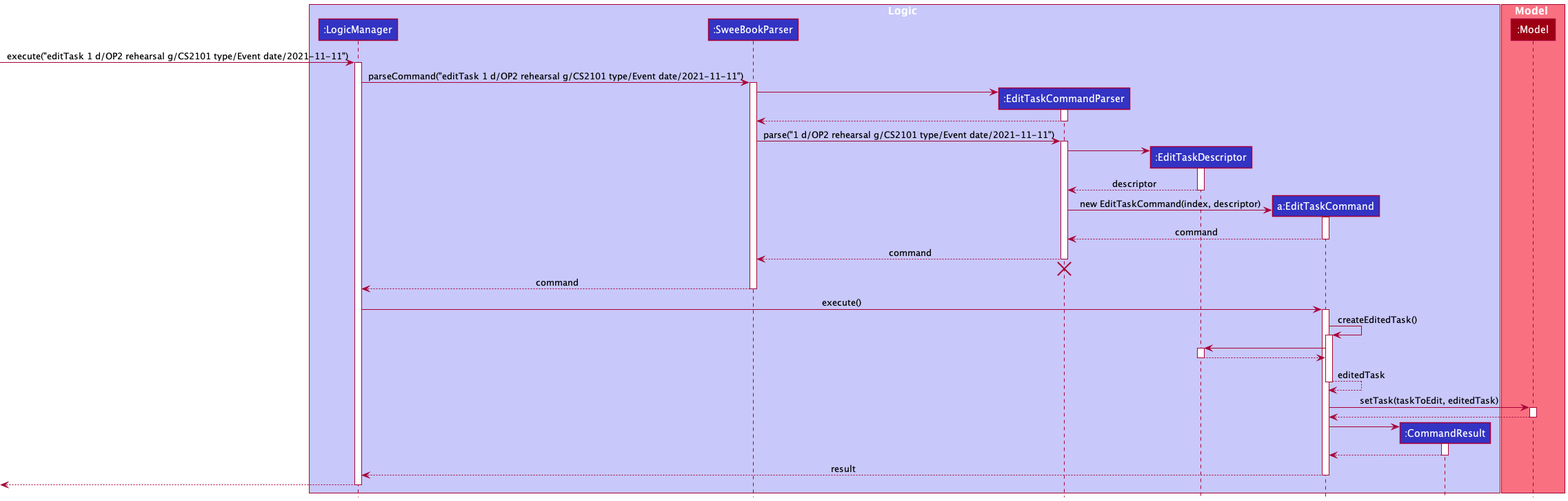
Before: docs/images/EditTaskSequenceDiagram.png, a diagram exported from PlantUML (zhenxuantan/tp). Source of this version:
```plantuml
@startuml
!include style.puml

box Logic LOGIC_COLOR_T1
participant ":LogicManager" as LogicManager LOGIC_COLOR
participant ":SweeBookParser" as SweeBookParser LOGIC_COLOR
participant ":EditTaskCommandParser" as EditTaskCommandParser LOGIC_COLOR
participant ":EditTaskDescriptor" as EditTaskDescriptor LOGIC_COLOR
participant "a:EditTaskCommand" as EditTaskCommand LOGIC_COLOR
participant ":CommandResult" as CommandResult LOGIC_COLOR
end box

box Model MODEL_COLOR_T1
participant ":Model" as Model MODEL_COLOR
end box

[-> LogicManager : execute("editTask 1 d/OP2 rehearsal g/CS2101 type/Event date/2021-11-11")
activate LogicManager

LogicManager -> SweeBookParser : parseCommand("editTask 1 d/OP2 rehearsal g/CS2101 type/Event date/2021-11-11")
activate SweeBookParser

create EditTaskCommandParser
SweeBookParser -> EditTaskCommandParser
activate EditTaskCommandParser

EditTaskCommandParser --> SweeBookParser
deactivate EditTaskCommandParser

SweeBookParser -> EditTaskCommandParser : parse("1 d/OP2 rehearsal g/CS2101 type/Event date/2021-11-11")
activate EditTaskCommandParser

create EditTaskDescriptor
EditTaskCommandParser -> EditTaskDescriptor
activate EditTaskDescriptor

EditTaskDescriptor --> EditTaskCommandParser : descriptor
deactivate EditTaskDescriptor

create EditTaskCommand
EditTaskCommandParser -> EditTaskCommand : new EditTaskCommand(index, descriptor)
activate EditTaskCommand

EditTaskCommand --> EditTaskCommandParser : command
deactivate EditTaskCommand

EditTaskCommandParser --> SweeBookParser : command
deactivate EditTaskCommandParser
EditTaskCommandParser -[hidden]-> SweeBookParser
destroy EditTaskCommandParser

SweeBookParser --> LogicManager : command
deactivate SweeBookParser

LogicManager -> EditTaskCommand : execute()
activate EditTaskCommand


EditTaskCommand -> EditTaskCommand : createEditedTask()
activate EditTaskCommand
EditTaskCommand -> EditTaskDescriptor
activate EditTaskDescriptor
EditTaskDescriptor --> EditTaskCommand
deactivate EditTaskDescriptor

EditTaskCommand --> EditTaskCommand : editedTask
deactivate EditTaskCommand

EditTaskCommand -> Model : setTask(taskToEdit, editedTask)
activate Model

Model --> EditTaskCommand
deactivate Model

create CommandResult
EditTaskCommand -> CommandResult
activate CommandResult

CommandResult --> EditTaskCommand
deactivate CommandResult

EditTaskCommand --> LogicManager : result
deactivate EditTaskCommand

[<--LogicManager
deactivate LogicManager
@enduml
```
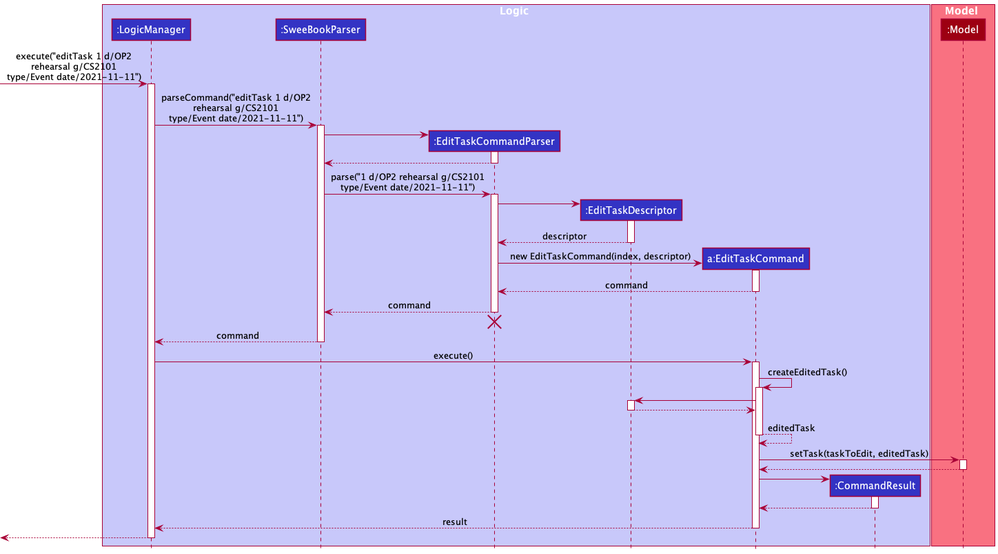
Later version of the same file.

What changed in the source:
```diff
@@ -14,10 +14,10 @@
 participant ":Model" as Model MODEL_COLOR
 end box
 
-[-> LogicManager : execute("editTask 1 d/OP2 rehearsal g/CS2101 type/Event date/2021-11-11")
+[-> LogicManager : execute("editTask 1 d/OP2\nrehearsal g/CS2101\ntype/Event date/2021-11-11")
 activate LogicManager
 
-LogicManager -> SweeBookParser : parseCommand("editTask 1 d/OP2 rehearsal g/CS2101 type/Event date/2021-11-11")
+LogicManager -> SweeBookParser : parseCommand("editTask 1 d/OP2\nrehearsal g/CS2101\ntype/Event date/2021-11-11")
 activate SweeBookParser
 
 create EditTaskCommandParser
@@ -27,7 +27,7 @@
 EditTaskCommandParser --> SweeBookParser
 deactivate EditTaskCommandParser
 
-SweeBookParser -> EditTaskCommandParser : parse("1 d/OP2 rehearsal g/CS2101 type/Event date/2021-11-11")
+SweeBookParser -> EditTaskCommandParser : parse("1 d/OP2 rehearsal g/CS2101\ntype/Event date/2021-11-11")
 activate EditTaskCommandParser
 
 create EditTaskDescriptor
```
